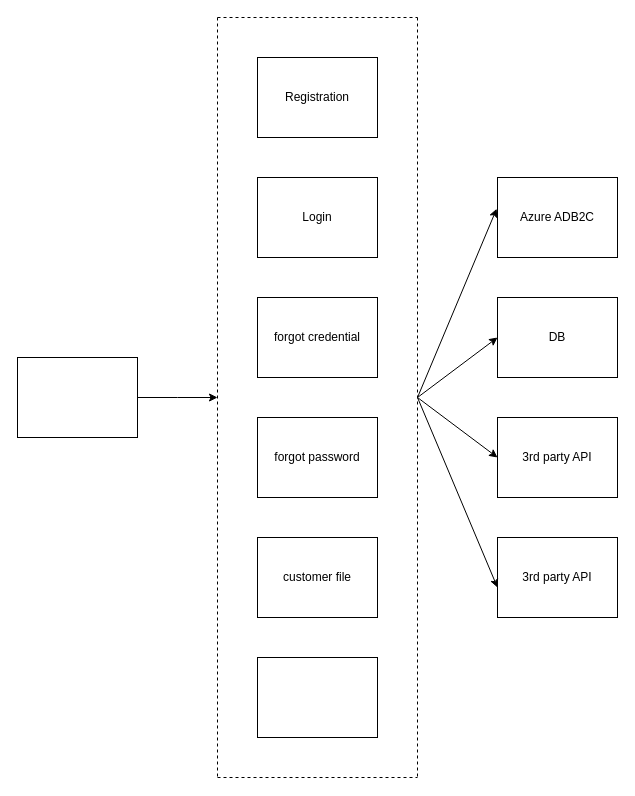
busugu2018/muleCustomerOnboarding keeps this draw.io diagram as customerOnboardingFlowDiagram.drawio. Above is the earlier version. Source tidied: cells renumbered, new cells numbered last; positions are measured from the earlier drawing's top-left corner, leaving out a move shared by most shapes. Both pictures are drawn from the tidied source at 100%, with x=0, y=0 at pixel (17, 17).
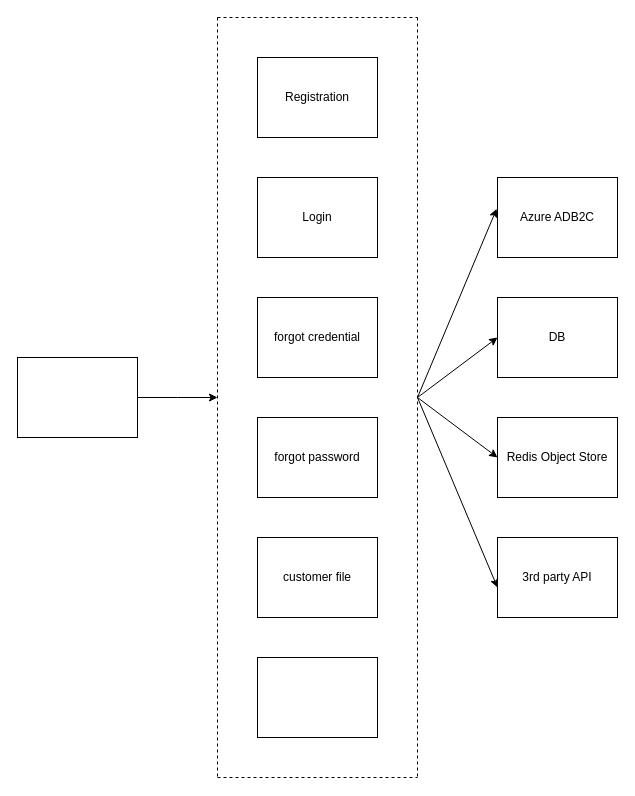
The same diagram, later.

The edit, as a diff of the source:
```diff
@@
-    <mxCell id="13" value="3rd party API" style="rounded=0;whiteSpace=wrap;html=1;" parent="1" vertex="1">
+    <mxCell id="13" value="Redis Object Store" style="rounded=0;whiteSpace=wrap;html=1;" parent="1" vertex="1">
       <mxGeometry x="480" y="400" width="120" height="80" as="geometry" />
     </mxCell>
```
